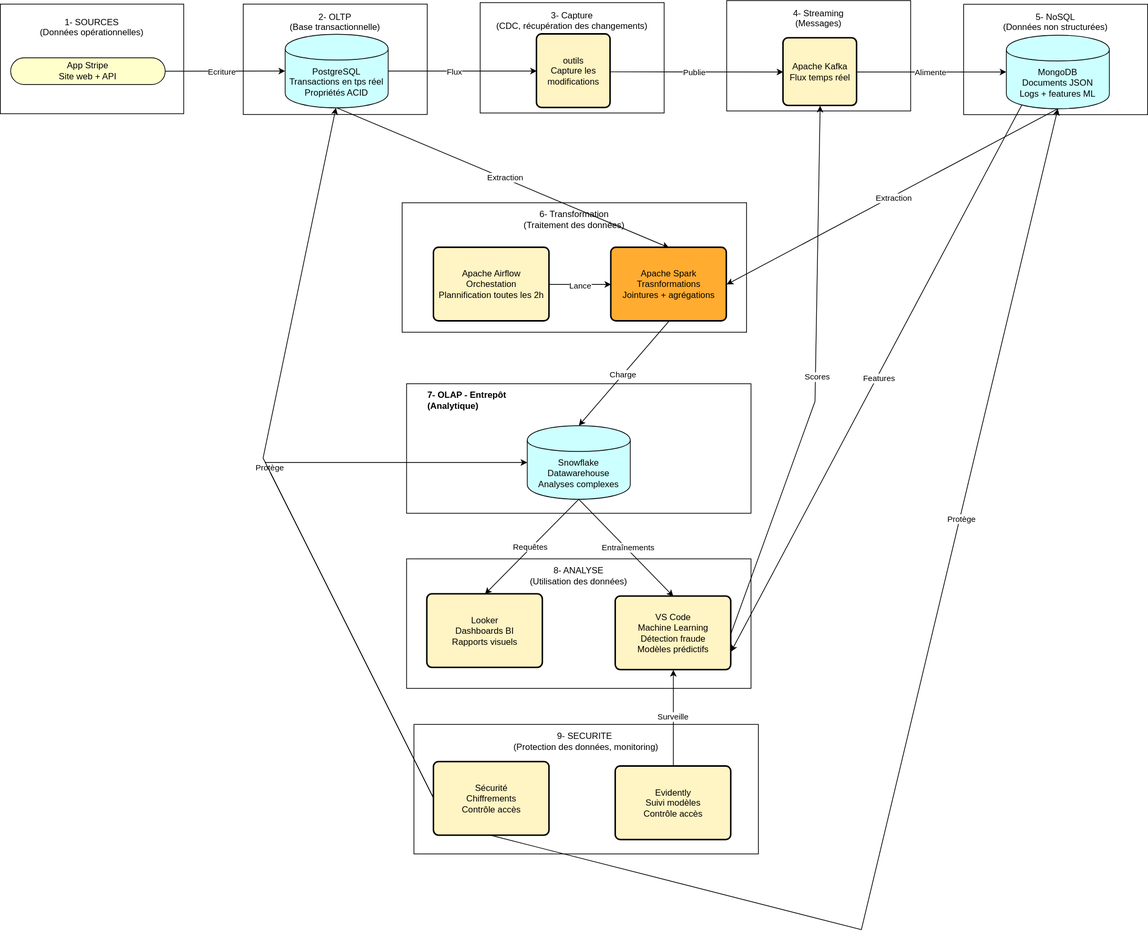
Earlier version of the draw.io export PROJETS LEAD/Stripe/Stripe-architecture-complete.drawio.svg (nlefort/JEDHA). Source tidied: cells renumbered, new cells last; positions are measured from the earlier drawing's top-left corner, leaving out a move shared by most shapes. Its diagram source:
```xml
<mxGraphModel>
  <root>
    <mxCell id="0" />
    <mxCell id="1" parent="0" />
    <mxCell id="2" value="8- ANALYSE&lt;div&gt;(Utilisation des données)&lt;/div&gt;&lt;div&gt;&lt;br&gt;&lt;/div&gt;&lt;div&gt;&lt;br&gt;&lt;/div&gt;&lt;div&gt;&lt;br&gt;&lt;/div&gt;&lt;div&gt;&lt;br&gt;&lt;/div&gt;&lt;div&gt;&lt;br&gt;&lt;/div&gt;&lt;div&gt;&lt;br&gt;&lt;/div&gt;&lt;div&gt;&lt;br&gt;&lt;/div&gt;&lt;div&gt;&lt;br&gt;&lt;/div&gt;&lt;div&gt;&lt;br&gt;&lt;/div&gt;" style="whiteSpace=wrap;html=1;align=center;" parent="1" vertex="1">
      <mxGeometry x="552" y="759" width="468" height="176" as="geometry" />
    </mxCell>
    <mxCell id="3" style="group;fillColor=light-dark(#FFFFCC,#FFFFCC);" parent="1" vertex="1">
      <mxGeometry x="652" y="3" width="250" height="150" as="geometry" />
    </mxCell>
    <mxCell id="4" value="3- Capture&lt;div&gt;(CDC, récupération des changements)&lt;/div&gt;&lt;div&gt;&lt;br&gt;&lt;/div&gt;&lt;div&gt;&lt;br&gt;&lt;/div&gt;&lt;div&gt;&lt;br&gt;&lt;/div&gt;&lt;div&gt;&lt;br&gt;&lt;/div&gt;&lt;div&gt;&lt;br&gt;&lt;/div&gt;&lt;div&gt;&lt;br&gt;&lt;/div&gt;&lt;div&gt;&lt;br&gt;&lt;/div&gt;" style="html=1;dashed=0;whiteSpace=wrap;" parent="3" vertex="1">
      <mxGeometry width="250" height="150" as="geometry" />
    </mxCell>
    <mxCell id="5" value="outils&lt;div&gt;Capture les modifications&lt;/div&gt;" style="rounded=1;whiteSpace=wrap;html=1;absoluteArcSize=1;arcSize=14;strokeWidth=2;fillColor=#FFF4C3;" parent="3" vertex="1">
      <mxGeometry x="77" y="43" width="100" height="100" as="geometry" />
    </mxCell>
    <mxCell id="6" style="group;fillColor=light-dark(#FFFFCC,#FFFFCC);" parent="1" vertex="1">
      <mxGeometry x="987" y="0.2" width="250" height="150" as="geometry" />
    </mxCell>
    <mxCell id="7" value="4- Streaming&lt;div&gt;(Messages)&lt;/div&gt;&lt;div&gt;&lt;br&gt;&lt;/div&gt;&lt;div&gt;&lt;br&gt;&lt;/div&gt;&lt;div&gt;&lt;br&gt;&lt;/div&gt;&lt;div&gt;&lt;br&gt;&lt;/div&gt;&lt;div&gt;&lt;br&gt;&lt;/div&gt;&lt;div&gt;&lt;br&gt;&lt;/div&gt;&lt;div&gt;&lt;br&gt;&lt;/div&gt;" style="html=1;dashed=0;whiteSpace=wrap;" parent="6" vertex="1">
      <mxGeometry width="250" height="150" as="geometry" />
    </mxCell>
    <mxCell id="8" value="Apache Kafka&lt;div&gt;Flux temps réel&lt;/div&gt;" style="rounded=1;whiteSpace=wrap;html=1;absoluteArcSize=1;arcSize=14;strokeWidth=2;fillColor=#FFF4C3;" parent="6" vertex="1">
      <mxGeometry x="77" y="51" width="100" height="92" as="geometry" />
    </mxCell>
    <mxCell id="9" style="group;" parent="1" vertex="1">
      <mxGeometry x="330" y="5" width="250" height="150" as="geometry" />
    </mxCell>
    <mxCell id="10" value="2- OLTP&lt;div&gt;(Base transactionnelle)&lt;/div&gt;&lt;div&gt;&lt;br&gt;&lt;/div&gt;&lt;div&gt;&lt;br&gt;&lt;/div&gt;&lt;div&gt;&lt;br&gt;&lt;/div&gt;&lt;div&gt;&lt;br&gt;&lt;/div&gt;&lt;div&gt;&lt;br&gt;&lt;/div&gt;&lt;div&gt;&lt;br&gt;&lt;/div&gt;&lt;div&gt;&lt;br&gt;&lt;/div&gt;" style="html=1;dashed=0;whiteSpace=wrap;" parent="9" vertex="1">
      <mxGeometry width="250" height="150" as="geometry" />
    </mxCell>
    <mxCell id="11" value="PostgreSQL&lt;div&gt;Transactions en tps réel&lt;/div&gt;&lt;div&gt;Propriétés ACID&lt;/div&gt;" style="shape=cylinder;whiteSpace=wrap;html=1;boundedLbl=1;backgroundOutline=1;fillColor=#CCFFFF;" parent="9" vertex="1">
      <mxGeometry x="57" y="41" width="140" height="100" as="geometry" />
    </mxCell>
    <mxCell id="12" style="group;" parent="1" vertex="1">
      <mxGeometry x="1309" y="5.2" width="250" height="150" as="geometry" />
    </mxCell>
    <mxCell id="13" value="5- NoSQL&lt;div&gt;(Données non structurées)&lt;/div&gt;&lt;div&gt;&lt;br&gt;&lt;/div&gt;&lt;div&gt;&lt;br&gt;&lt;/div&gt;&lt;div&gt;&lt;br&gt;&lt;/div&gt;&lt;div&gt;&lt;br&gt;&lt;/div&gt;&lt;div&gt;&lt;br&gt;&lt;/div&gt;&lt;div&gt;&lt;br&gt;&lt;/div&gt;&lt;div&gt;&lt;br&gt;&lt;/div&gt;" style="html=1;dashed=0;whiteSpace=wrap;" parent="12" vertex="1">
      <mxGeometry width="250" height="150" as="geometry" />
    </mxCell>
    <mxCell id="14" value="MongoDB&lt;div&gt;Documents JSON&lt;/div&gt;&lt;div&gt;Logs + features ML&lt;/div&gt;" style="shape=cylinder;whiteSpace=wrap;html=1;boundedLbl=1;backgroundOutline=1;fillColor=#CCFFFF;" parent="12" vertex="1">
      <mxGeometry x="58" y="42" width="140" height="100" as="geometry" />
    </mxCell>
    <mxCell id="15" value="6- Transformation&lt;div&gt;(Traitement des données)&lt;/div&gt;&lt;div&gt;&lt;br&gt;&lt;/div&gt;&lt;div&gt;&lt;br&gt;&lt;/div&gt;&lt;div&gt;&lt;br&gt;&lt;/div&gt;&lt;div&gt;&lt;br&gt;&lt;/div&gt;&lt;div&gt;&lt;br&gt;&lt;/div&gt;&lt;div&gt;&lt;br&gt;&lt;/div&gt;&lt;div&gt;&lt;br&gt;&lt;/div&gt;&lt;div&gt;&lt;br&gt;&lt;/div&gt;&lt;div&gt;&lt;br&gt;&lt;/div&gt;" style="whiteSpace=wrap;html=1;align=center;" parent="1" vertex="1">
      <mxGeometry x="546" y="275" width="468" height="176" as="geometry" />
    </mxCell>
    <mxCell id="16" value="Looker&lt;div&gt;Dashboards BI&lt;br&gt;&lt;div&gt;Rapports visuels&lt;/div&gt;&lt;/div&gt;" style="rounded=1;whiteSpace=wrap;html=1;absoluteArcSize=1;arcSize=14;strokeWidth=2;fillColor=#FFF4C3;" parent="1" vertex="1">
      <mxGeometry x="580" y="807" width="157" height="100" as="geometry" />
    </mxCell>
    <mxCell id="17" value="Apache Spark&lt;div&gt;Trasnformations&lt;br&gt;&lt;div&gt;Jointures + agrégations&lt;/div&gt;&lt;/div&gt;" style="rounded=1;whiteSpace=wrap;html=1;absoluteArcSize=1;arcSize=14;strokeWidth=2;fillColor=#FFAC31;" parent="1" vertex="1">
      <mxGeometry x="830" y="336" width="157" height="100" as="geometry" />
    </mxCell>
    <mxCell id="18" value="&lt;b&gt;&lt;span style=&quot;white-space: pre;&quot;&gt;&#9;&lt;/span&gt;7- OLAP - Entrepôt&lt;/b&gt;&lt;div&gt;&lt;b&gt;&lt;span style=&quot;white-space: pre;&quot;&gt;&#9;&lt;/span&gt;(Analytique)&lt;/b&gt;&lt;/div&gt;&lt;div&gt;&lt;b&gt;&lt;br&gt;&lt;/b&gt;&lt;/div&gt;&lt;div&gt;&lt;b&gt;&lt;br&gt;&lt;/b&gt;&lt;/div&gt;&lt;div&gt;&lt;b&gt;&lt;br&gt;&lt;/b&gt;&lt;/div&gt;&lt;div&gt;&lt;b&gt;&lt;br&gt;&lt;/b&gt;&lt;/div&gt;&lt;div&gt;&lt;b&gt;&lt;br&gt;&lt;/b&gt;&lt;/div&gt;&lt;div&gt;&lt;b&gt;&lt;br&gt;&lt;/b&gt;&lt;/div&gt;&lt;div&gt;&lt;b&gt;&lt;br&gt;&lt;/b&gt;&lt;/div&gt;&lt;div&gt;&lt;b&gt;&lt;br&gt;&lt;/b&gt;&lt;/div&gt;&lt;div&gt;&lt;br&gt;&lt;/div&gt;" style="whiteSpace=wrap;html=1;align=left;" parent="1" vertex="1">
      <mxGeometry x="552" y="521" width="468" height="176" as="geometry" />
    </mxCell>
    <mxCell id="19" value="Snowflake&lt;br&gt;&lt;div&gt;Datawarehouse&lt;/div&gt;&lt;div&gt;Analyses complexes&lt;/div&gt;" style="shape=cylinder;whiteSpace=wrap;html=1;boundedLbl=1;backgroundOutline=1;fillColor=#CCFFFF;" parent="1" vertex="1">
      <mxGeometry x="716" y="578" width="140" height="100" as="geometry" />
    </mxCell>
    <mxCell id="20" value="Apache Airflow&lt;div&gt;Orchestation&lt;br&gt;&lt;div&gt;Plannification toutes les 2h&lt;/div&gt;&lt;/div&gt;" style="rounded=1;whiteSpace=wrap;html=1;absoluteArcSize=1;arcSize=14;strokeWidth=2;fillColor=#FFF4C3;" parent="1" vertex="1">
      <mxGeometry x="589" y="336" width="157" height="100" as="geometry" />
    </mxCell>
    <mxCell id="21" value="VS Code&lt;br&gt;&lt;div&gt;Machine Learning&lt;br&gt;&lt;div&gt;Détection fraude&lt;/div&gt;&lt;/div&gt;&lt;div&gt;Modèles prédictifs&lt;/div&gt;" style="rounded=1;whiteSpace=wrap;html=1;absoluteArcSize=1;arcSize=14;strokeWidth=2;fillColor=#FFF4C3;" parent="1" vertex="1">
      <mxGeometry x="836" y="810" width="157" height="100" as="geometry" />
    </mxCell>
    <mxCell id="22" value="9- SECURITE&amp;nbsp;&lt;div&gt;(Protection des données, monitoring)&lt;/div&gt;&lt;div&gt;&lt;br&gt;&lt;/div&gt;&lt;div&gt;&lt;br&gt;&lt;/div&gt;&lt;div&gt;&lt;br&gt;&lt;/div&gt;&lt;div&gt;&lt;br&gt;&lt;/div&gt;&lt;div&gt;&lt;br&gt;&lt;/div&gt;&lt;div&gt;&lt;br&gt;&lt;/div&gt;&lt;div&gt;&lt;br&gt;&lt;/div&gt;&lt;div&gt;&lt;br&gt;&lt;/div&gt;&lt;div&gt;&lt;br&gt;&lt;/div&gt;" style="whiteSpace=wrap;html=1;align=center;" parent="1" vertex="1">
      <mxGeometry x="562" y="984" width="468" height="176" as="geometry" />
    </mxCell>
    <mxCell id="23" value="Sécurité&lt;br&gt;&lt;div&gt;Chiffrements&lt;br&gt;&lt;div&gt;Contrôle accès&lt;/div&gt;&lt;/div&gt;" style="rounded=1;whiteSpace=wrap;html=1;absoluteArcSize=1;arcSize=14;strokeWidth=2;fillColor=#FFF4C3;" parent="1" vertex="1">
      <mxGeometry x="589" y="1035" width="157" height="100" as="geometry" />
    </mxCell>
    <mxCell id="24" value="Evidently&lt;br&gt;&lt;div&gt;Suivi modèles&lt;br&gt;&lt;div&gt;Contrôle accès&lt;/div&gt;&lt;/div&gt;" style="rounded=1;whiteSpace=wrap;html=1;absoluteArcSize=1;arcSize=14;strokeWidth=2;fillColor=#FFF4C3;" parent="1" vertex="1">
      <mxGeometry x="836" y="1041" width="157" height="100" as="geometry" />
    </mxCell>
    <mxCell id="25" style="group;" parent="1" vertex="1">
      <mxGeometry y="5" width="249.1" height="149" as="geometry" />
    </mxCell>
    <mxCell id="26" value="1- SOURCES&lt;div&gt;(Données opérationnelles)&lt;/div&gt;&lt;div&gt;&lt;br&gt;&lt;/div&gt;&lt;div&gt;&lt;br&gt;&lt;/div&gt;&lt;div&gt;&lt;br&gt;&lt;/div&gt;&lt;div&gt;&lt;br&gt;&lt;/div&gt;&lt;div&gt;&lt;br&gt;&lt;/div&gt;&lt;div&gt;&lt;br&gt;&lt;/div&gt;" style="html=1;dashed=0;whiteSpace=wrap;" parent="25" vertex="1">
      <mxGeometry width="249.1" height="149" as="geometry" />
    </mxCell>
    <mxCell id="27" value="App Stripe&lt;div&gt;Site web + API&lt;/div&gt;" style="html=1;dashed=0;whiteSpace=wrap;shape=mxgraph.dfd.start;fillColor=light-dark(#FFFFCC,#FFFFCC);" parent="25" vertex="1">
      <mxGeometry x="14" y="73" width="210" height="36.2" as="geometry" />
    </mxCell>
    <mxCell id="28" style="endArrow=classic;html=1;rounded=0;exitX=1;exitY=0.5;exitDx=0;exitDy=0;exitPerimeter=0;entryX=0;entryY=0.5;entryDx=0;entryDy=0;" parent="1" edge="1" source="27" target="11">
      <mxGeometry relative="1" as="geometry" />
    </mxCell>
    <mxCell id="29" value="Ecriture" style="edgeLabel;html=1;align=center;verticalAlign=middle;" parent="28" vertex="1">
      <mxGeometry x="-0.05" relative="1" as="geometry" />
    </mxCell>
    <mxCell id="30" style="endArrow=classic;html=1;rounded=0;entryX=0;entryY=0.5;entryDx=0;entryDy=0;exitX=1;exitY=0.5;exitDx=0;exitDy=0;" parent="1" edge="1" source="11" target="5">
      <mxGeometry relative="1" as="geometry" />
    </mxCell>
    <mxCell id="31" value="Flux" style="edgeLabel;html=1;align=center;verticalAlign=middle;" parent="30" vertex="1">
      <mxGeometry x="-0.12" y="-1" relative="1" as="geometry">
        <mxPoint y="-1" as="offset" />
      </mxGeometry>
    </mxCell>
    <mxCell id="32" style="endArrow=classic;html=1;rounded=0;entryX=0;entryY=0.5;entryDx=0;entryDy=0;exitX=1;exitY=0.5;exitDx=0;exitDy=0;" parent="1" edge="1" target="8">
      <mxGeometry relative="1" as="geometry">
        <mxPoint x="829" y="97" as="sourcePoint" />
      </mxGeometry>
    </mxCell>
    <mxCell id="33" value="Publie" style="edgeLabel;html=1;align=center;verticalAlign=middle;" parent="32" vertex="1">
      <mxGeometry x="-0.03" relative="1" as="geometry" />
    </mxCell>
    <mxCell id="34" style="endArrow=classic;html=1;rounded=0;entryX=0;entryY=0.5;entryDx=0;entryDy=0;exitX=1;exitY=0.5;exitDx=0;exitDy=0;" parent="1" edge="1" source="8" target="14">
      <mxGeometry relative="1" as="geometry" />
    </mxCell>
    <mxCell id="35" value="Alimente" style="edgeLabel;html=1;align=center;verticalAlign=middle;" parent="34" vertex="1">
      <mxGeometry x="-0.03" relative="1" as="geometry" />
    </mxCell>
    <mxCell id="36" style="endArrow=classic;html=1;rounded=0;entryX=1;entryY=0.5;entryDx=0;entryDy=0;exitX=0.5;exitY=1;exitDx=0;exitDy=0;" parent="1" edge="1" source="14" target="17">
      <mxGeometry relative="1" as="geometry" />
    </mxCell>
    <mxCell id="37" value="Extraction" style="edgeLabel;html=1;align=center;verticalAlign=middle;" parent="36" vertex="1">
      <mxGeometry y="2" relative="1" as="geometry" />
    </mxCell>
    <mxCell id="38" style="endArrow=classic;html=1;rounded=0;entryX=0.5;entryY=0;entryDx=0;entryDy=0;exitX=0.5;exitY=1;exitDx=0;exitDy=0;" parent="1" edge="1" source="11" target="17">
      <mxGeometry relative="1" as="geometry" />
    </mxCell>
    <mxCell id="39" value="Extraction" style="edgeLabel;html=1;align=center;verticalAlign=middle;" parent="38" vertex="1">
      <mxGeometry x="0.01" y="1" relative="1" as="geometry" />
    </mxCell>
    <mxCell id="40" style="endArrow=classic;html=1;rounded=0;entryX=0;entryY=0.5;entryDx=0;entryDy=0;exitX=1;exitY=0.5;exitDx=0;exitDy=0;" parent="1" edge="1" source="20" target="17">
      <mxGeometry relative="1" as="geometry" />
    </mxCell>
    <mxCell id="41" value="Lance" style="edgeLabel;html=1;align=center;verticalAlign=middle;" parent="40" vertex="1">
      <mxGeometry x="-0.02" relative="1" as="geometry">
        <mxPoint y="1" as="offset" />
      </mxGeometry>
    </mxCell>
    <mxCell id="42" style="endArrow=classic;html=1;rounded=0;entryX=0.5;entryY=0;entryDx=0;entryDy=0;exitX=0.5;exitY=1;exitDx=0;exitDy=0;" parent="1" edge="1" source="17" target="19">
      <mxGeometry relative="1" as="geometry" />
    </mxCell>
    <mxCell id="43" value="Charge" style="edgeLabel;html=1;align=center;verticalAlign=middle;" parent="42" vertex="1">
      <mxGeometry x="0.02" relative="1" as="geometry" />
    </mxCell>
    <mxCell id="44" style="endArrow=classic;html=1;rounded=0;exitX=0.5;exitY=1;exitDx=0;exitDy=0;entryX=0.5;entryY=0;entryDx=0;entryDy=0;" parent="1" edge="1" source="19" target="16">
      <mxGeometry relative="1" as="geometry" />
    </mxCell>
    <mxCell id="45" value="Requêtes" style="edgeLabel;html=1;align=center;verticalAlign=middle;" parent="44" vertex="1">
      <mxGeometry x="0.01" y="-1" relative="1" as="geometry">
        <mxPoint x="-1" as="offset" />
      </mxGeometry>
    </mxCell>
    <mxCell id="46" style="endArrow=classic;html=1;rounded=0;exitX=0.5;exitY=1;exitDx=0;exitDy=0;entryX=0.5;entryY=0;entryDx=0;entryDy=0;" parent="1" edge="1" source="19" target="21">
      <mxGeometry relative="1" as="geometry" />
    </mxCell>
    <mxCell id="47" value="Entraînements" style="edgeLabel;html=1;align=center;verticalAlign=middle;" parent="46" vertex="1">
      <mxGeometry x="0.01" y="2" relative="1" as="geometry" />
    </mxCell>
    <mxCell id="48" style="endArrow=classic;html=1;rounded=0;exitX=0;exitY=0.5;exitDx=0;exitDy=0;" parent="1" edge="1" source="23">
      <mxGeometry relative="1" as="geometry">
        <mxPoint x="456" y="146" as="targetPoint" />
        <Array as="points">
          <mxPoint x="357" y="622" />
        </Array>
      </mxGeometry>
    </mxCell>
    <mxCell id="49" value="Protège" style="edgeLabel;html=1;align=center;verticalAlign=middle;" parent="48" vertex="1">
      <mxGeometry y="-2" relative="1" as="geometry" />
    </mxCell>
    <mxCell id="50" style="endArrow=classic;html=1;rounded=0;exitX=0.5;exitY=1;exitDx=0;exitDy=0;entryX=0.5;entryY=1;entryDx=0;entryDy=0;" parent="1" edge="1" source="23" target="14">
      <mxGeometry relative="1" as="geometry">
        <Array as="points">
          <mxPoint x="1170" y="1263" />
        </Array>
      </mxGeometry>
    </mxCell>
    <mxCell id="51" value="Protège" style="edgeLabel;html=1;align=center;verticalAlign=middle;" parent="50" vertex="1">
      <mxGeometry x="0.31" y="-2" relative="1" as="geometry" />
    </mxCell>
    <mxCell id="52" style="endArrow=classic;html=1;rounded=0;exitX=0;exitY=0.5;exitDx=0;exitDy=0;entryX=0;entryY=0.5;entryDx=0;entryDy=0;" parent="1" edge="1" source="23" target="19">
      <mxGeometry relative="1" as="geometry">
        <Array as="points">
          <mxPoint x="360" y="628" />
        </Array>
      </mxGeometry>
    </mxCell>
    <mxCell id="53" style="endArrow=classic;html=1;rounded=0;exitX=1;exitY=0.5;exitDx=0;exitDy=0;entryX=0.5;entryY=1;entryDx=0;entryDy=0;" parent="1" edge="1" source="21" target="8">
      <mxGeometry relative="1" as="geometry">
        <Array as="points">
          <mxPoint x="1107" y="545" />
        </Array>
      </mxGeometry>
    </mxCell>
    <mxCell id="54" value="Scores" style="edgeLabel;html=1;align=center;verticalAlign=middle;" parent="53" vertex="1">
      <mxGeometry y="-2" relative="1" as="geometry">
        <mxPoint y="-1" as="offset" />
      </mxGeometry>
    </mxCell>
    <mxCell id="55" style="endArrow=classic;html=1;rounded=0;exitX=0.15;exitY=0.95;exitDx=0;exitDy=0;exitPerimeter=0;entryX=1;entryY=0.75;entryDx=0;entryDy=0;" parent="1" edge="1" source="14" target="21">
      <mxGeometry relative="1" as="geometry" />
    </mxCell>
    <mxCell id="56" value="Features" style="edgeLabel;html=1;align=center;verticalAlign=middle;" parent="55" vertex="1">
      <mxGeometry x="-0.01" y="2" relative="1" as="geometry">
        <mxPoint y="1" as="offset" />
      </mxGeometry>
    </mxCell>
    <mxCell id="57" style="endArrow=classic;html=1;rounded=0;exitX=0.5;exitY=0;exitDx=0;exitDy=0;" parent="1" edge="1" source="24" target="21">
      <mxGeometry relative="1" as="geometry" />
    </mxCell>
    <mxCell id="58" value="Surveille" style="edgeLabel;html=1;align=center;verticalAlign=middle;" parent="57" vertex="1">
      <mxGeometry x="0.03" y="1" relative="1" as="geometry" />
    </mxCell>
  </root>
</mxGraphModel>
```
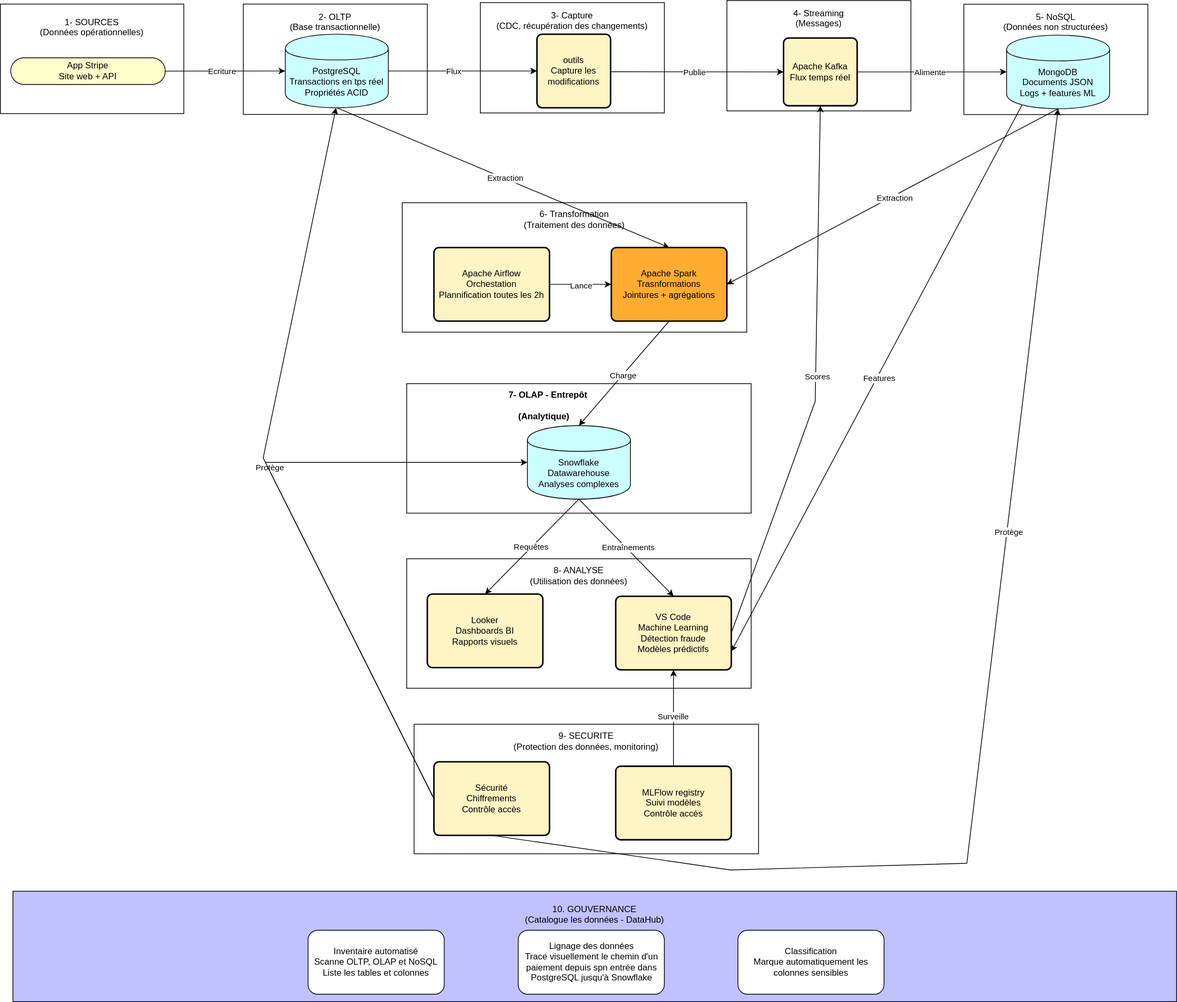
The same file after the commit.

Commit message:
stripe_fin

What changed in the source:
```diff
@@ -68,7 +68,7 @@
     <mxCell id="23" value="Sécurité&lt;br&gt;&lt;div&gt;Chiffrements&lt;br&gt;&lt;div&gt;Contrôle accès&lt;/div&gt;&lt;/div&gt;" style="rounded=1;whiteSpace=wrap;html=1;absoluteArcSize=1;arcSize=14;strokeWidth=2;fillColor=#FFF4C3;" parent="1" vertex="1">
       <mxGeometry x="589" y="1035" width="157" height="100" as="geometry" />
     </mxCell>
-    <mxCell id="24" value="Evidently&lt;br&gt;&lt;div&gt;Suivi modèles&lt;br&gt;&lt;div&gt;Contrôle accès&lt;/div&gt;&lt;/div&gt;" style="rounded=1;whiteSpace=wrap;html=1;absoluteArcSize=1;arcSize=14;strokeWidth=2;fillColor=#FFF4C3;" parent="1" vertex="1">
+    <mxCell id="24" value="MLFlow registry&lt;br&gt;&lt;div&gt;Suivi modèles&lt;br&gt;&lt;div&gt;Contrôle accès&lt;/div&gt;&lt;/div&gt;" style="rounded=1;whiteSpace=wrap;html=1;absoluteArcSize=1;arcSize=14;strokeWidth=2;fillColor=#FFF4C3;" parent="1" vertex="1">
       <mxGeometry x="836" y="1041" width="157" height="100" as="geometry" />
     </mxCell>
     <mxCell id="25" style="group;" parent="1" vertex="1">
@@ -162,7 +162,8 @@
     <mxCell id="50" style="endArrow=classic;html=1;rounded=0;exitX=0.5;exitY=1;exitDx=0;exitDy=0;entryX=0.5;entryY=1;entryDx=0;entryDy=0;" parent="1" edge="1" source="23" target="14">
       <mxGeometry relative="1" as="geometry">
         <Array as="points">
-          <mxPoint x="1170" y="1263" />
+          <mxPoint x="992" y="1182" />
+          <mxPoint x="1313" y="1173" />
         </Array>
       </mxGeometry>
     </mxCell>
@@ -202,5 +203,17 @@
     <mxCell id="58" value="Surveille" style="edgeLabel;html=1;align=center;verticalAlign=middle;" parent="57" vertex="1">
       <mxGeometry x="0.03" y="1" relative="1" as="geometry" />
     </mxCell>
+    <mxCell id="59" value="10. GOUVERNANCE&lt;div&gt;(Catalogue les données - DataHub)&lt;/div&gt;&lt;div&gt;&lt;br&gt;&lt;/div&gt;&lt;div&gt;&lt;br&gt;&lt;/div&gt;&lt;div&gt;&lt;br&gt;&lt;/div&gt;&lt;div&gt;&lt;br&gt;&lt;/div&gt;&lt;div&gt;&lt;br&gt;&lt;/div&gt;&lt;div&gt;&lt;br&gt;&lt;/div&gt;" style="rounded=0;whiteSpace=wrap;html=1;fillColor=#C1C1FF;" parent="1" vertex="1">
+      <mxGeometry x="17" y="1211" width="1581" height="150" as="geometry" />
+    </mxCell>
+    <mxCell id="60" value="Inventaire automatisé&lt;div&gt;Scanne OLTP, OLAP et NoSQL&lt;/div&gt;&lt;div&gt;Liste les tables et colonnes&lt;/div&gt;" style="rounded=1;whiteSpace=wrap;html=1;" parent="1" vertex="1">
+      <mxGeometry x="418" y="1264" width="185" height="87" as="geometry" />
+    </mxCell>
+    <mxCell id="61" value="Lignage des données&lt;div&gt;&lt;font color=&quot;#000000&quot;&gt;Trace visuellement le chemin d'un paiement depuis spn entrée dans PostgreSQL jusqu'à Snowflake&lt;/font&gt;&lt;/div&gt;" style="rounded=1;whiteSpace=wrap;html=1;" parent="1" vertex="1">
+      <mxGeometry x="703.5" y="1264" width="198.5" height="87" as="geometry" />
+    </mxCell>
+    <mxCell id="62" value="Classification&lt;div&gt;&lt;font color=&quot;#000000&quot;&gt;Marque automatiquement les colonnes sensibles&lt;/font&gt;&lt;/div&gt;" style="rounded=1;whiteSpace=wrap;html=1;" parent="1" vertex="1">
+      <mxGeometry x="1002" y="1264" width="198.5" height="87" as="geometry" />
+    </mxCell>
   </root>
 </mxGraphModel>
```
